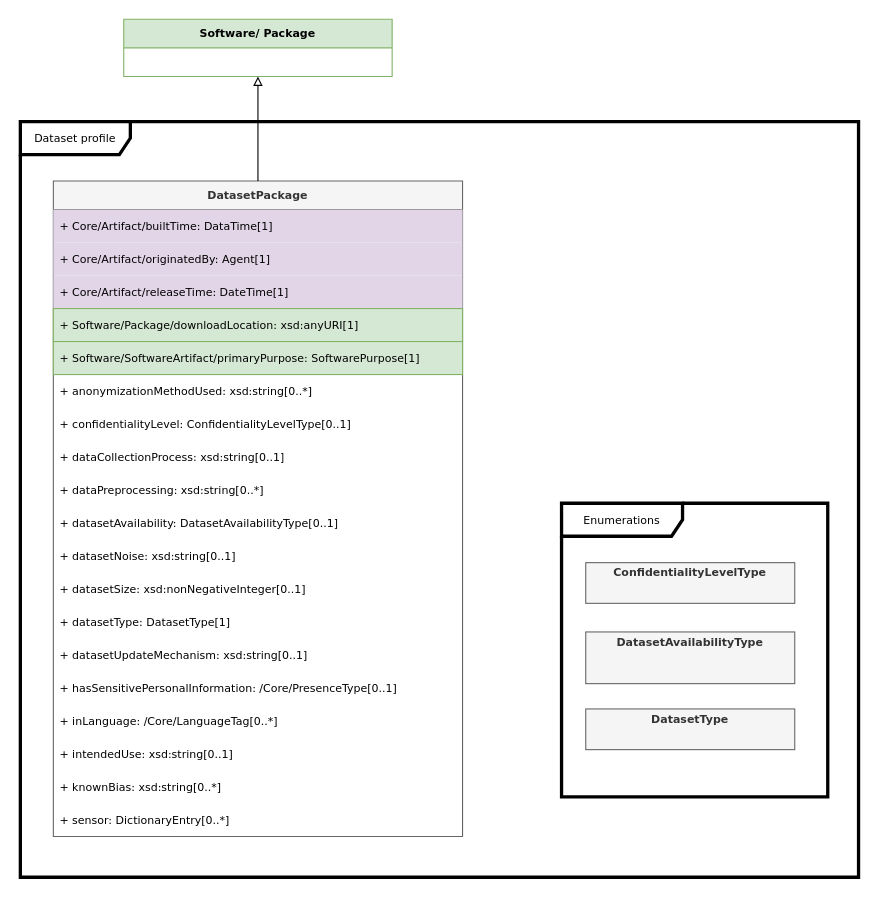
Above: page "Dataset" (6 of 12) of docs/model.drawio in spdx/spdx-3-model (draw.io), before the change. Source tidied: cells renumbered, new cells numbered last; positions are measured from the earlier drawing's top-left corner, leaving out a move shared by most shapes. Both pictures are drawn from the tidied source at 110%, with x=0, y=0 at pixel (20, 19).
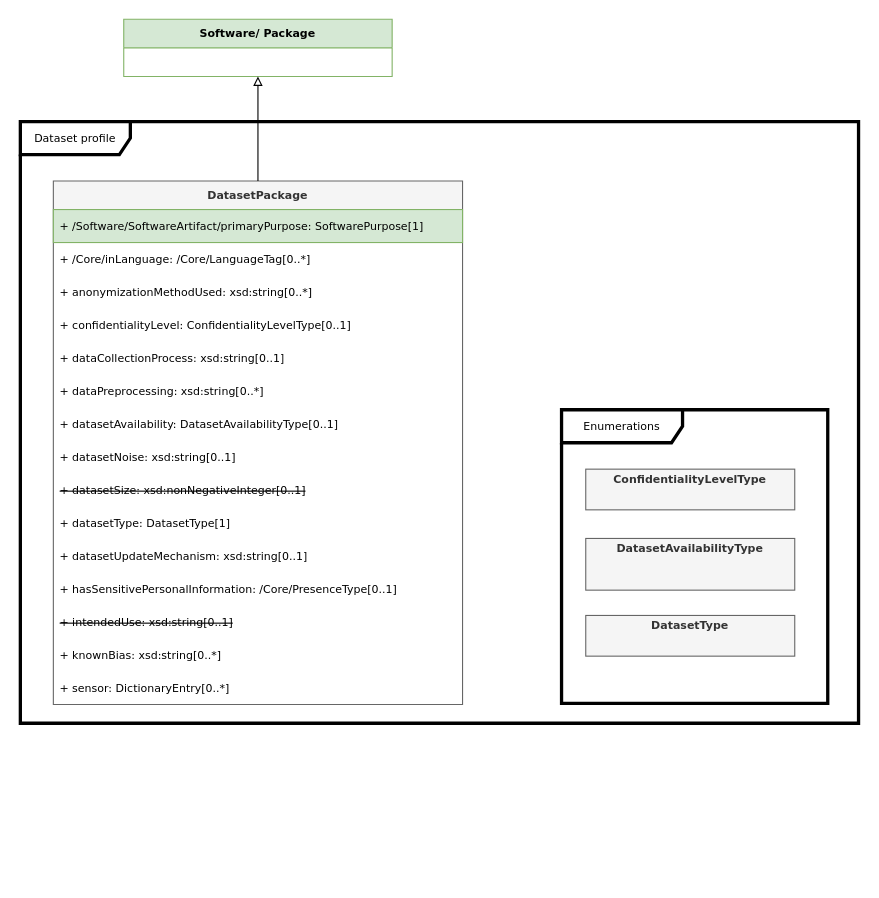
The same page after the edit.

Diff of the diagram source:
```diff
@@
     <mxCell id="3" value="Dataset profile" style="shape=umlFrame;whiteSpace=wrap;html=1;width=100;height=30;strokeWidth=3;fontFamily=Verdana;fontSize=10;" parent="1" vertex="1">
-      <mxGeometry y="93" width="762" height="687" as="geometry" />
+      <mxGeometry y="93" width="762" height="547" as="geometry" />
     </mxCell>
     <mxCell id="4" value="DatasetPackage" style="swimlane;fontStyle=1;horizontal=1;startSize=26;fillColor=#f5f5f5;strokeColor=#666666;fontColor=#333333;fontFamily=Verdana;fontSize=10;" parent="1" vertex="1">
-      <mxGeometry x="30" y="147" width="372" height="596" as="geometry" />
+      <mxGeometry x="30" y="147" width="372" height="476" as="geometry" />
     </mxCell>
-    <mxCell id="5" value="+ Core/Artifact/builtTime: DataTime[1]" style="text;strokeColor=none;fillColor=#E1D5E7;align=left;verticalAlign=middle;spacingLeft=4;spacingRight=4;overflow=hidden;whiteSpace=wrap;html=1;fontFamily=Verdana;fontSize=10;" parent="4" vertex="1">
-      <mxGeometry y="26" width="372" height="30" as="geometry" />
-    </mxCell>
-    <mxCell id="6" value="+ Core/Artifact/originatedBy: Agent[1]" style="text;strokeColor=none;fillColor=#E1D5E7;align=left;verticalAlign=middle;spacingLeft=4;spacingRight=4;overflow=hidden;whiteSpace=wrap;html=1;fontFamily=Verdana;fontSize=10;" parent="4" vertex="1">
-      <mxGeometry y="56" width="372" height="30" as="geometry" />
-    </mxCell>
-    <mxCell id="7" value="+ Core/Artifact/releaseTime: DateTime[1]" style="text;strokeColor=none;fillColor=#E1D5E7;align=left;verticalAlign=middle;spacingLeft=4;spacingRight=4;overflow=hidden;whiteSpace=wrap;html=1;fontFamily=Verdana;fontSize=10;" parent="4" vertex="1">
-      <mxGeometry y="86" width="372" height="30" as="geometry" />
-    </mxCell>
-    <mxCell id="8" value="+ Software/Package/downloadLocation: xsd:anyURI[1]" style="text;strokeColor=#82b366;fillColor=#d5e8d4;align=left;verticalAlign=middle;spacingLeft=4;spacingRight=4;overflow=hidden;whiteSpace=wrap;html=1;fontFamily=Verdana;fontSize=10;" parent="4" vertex="1">
-      <mxGeometry y="116" width="372" height="30" as="geometry" />
-    </mxCell>
-    <mxCell id="9" value="+ Software/SoftwareArtifact/primaryPurpose: SoftwarePurpose[1]" style="text;strokeColor=#82b366;fillColor=#d5e8d4;align=left;verticalAlign=middle;spacingLeft=4;spacingRight=4;overflow=hidden;whiteSpace=wrap;html=1;fontFamily=Verdana;fontSize=10;" parent="4" vertex="1">
-      <mxGeometry y="146" width="372" height="30" as="geometry" />
+    <mxCell id="9" value="+ /Software/SoftwareArtifact/primaryPurpose: SoftwarePurpose[1]" style="text;strokeColor=#82b366;fillColor=#d5e8d4;align=left;verticalAlign=middle;spacingLeft=4;spacingRight=4;overflow=hidden;whiteSpace=wrap;html=1;fontFamily=Verdana;fontSize=10;" parent="4" vertex="1">
+      <mxGeometry y="26" width="372" height="30" as="geometry" />
     </mxCell>
+    <mxCell id="20" value="+ /Core/inLanguage:&amp;nbsp;/Core/LanguageTag[0..*]" style="text;strokeColor=none;fillColor=none;align=left;verticalAlign=middle;spacingLeft=4;spacingRight=4;overflow=hidden;whiteSpace=wrap;html=1;fontFamily=Verdana;fontSize=10;" parent="4" vertex="1">
+      <mxGeometry y="56" width="372" height="30" as="geometry" />
+    </mxCell>
     <mxCell id="10" value="+ anonymizationMethodUsed: xsd:string[0..*]" style="text;strokeColor=none;fillColor=none;align=left;verticalAlign=middle;spacingLeft=4;spacingRight=4;overflow=hidden;whiteSpace=wrap;html=1;fontFamily=Verdana;fontSize=10;" parent="4" vertex="1">
-      <mxGeometry y="176" width="372" height="30" as="geometry" />
+      <mxGeometry y="86" width="372" height="30" as="geometry" />
     </mxCell>
     <mxCell id="11" value="+ confidentialityLevel: ConfidentialityLevelType[0..1]" style="text;strokeColor=none;fillColor=none;align=left;verticalAlign=middle;spacingLeft=4;spacingRight=4;overflow=hidden;whiteSpace=wrap;html=1;fontFamily=Verdana;fontSize=10;" parent="4" vertex="1">
-      <mxGeometry y="206" width="372" height="30" as="geometry" />
+      <mxGeometry y="116" width="372" height="30" as="geometry" />
     </mxCell>
     <mxCell id="12" value="+ dataCollectionProcess: xsd:string[0..1]" style="text;strokeColor=none;fillColor=none;align=left;verticalAlign=middle;spacingLeft=4;spacingRight=4;overflow=hidden;whiteSpace=wrap;html=1;fontFamily=Verdana;fontSize=10;" parent="4" vertex="1">
-      <mxGeometry y="236" width="372" height="30" as="geometry" />
+      <mxGeometry y="146" width="372" height="30" as="geometry" />
     </mxCell>
     <mxCell id="13" value="+ dataPreprocessing: xsd:string[0..*]" style="text;strokeColor=none;fillColor=none;align=left;verticalAlign=middle;spacingLeft=4;spacingRight=4;overflow=hidden;whiteSpace=wrap;html=1;fontFamily=Verdana;fontSize=10;" parent="4" vertex="1">
-      <mxGeometry y="266" width="372" height="30" as="geometry" />
+      <mxGeometry y="176" width="372" height="30" as="geometry" />
     </mxCell>
     <mxCell id="14" value="+ datasetAvailability: DatasetAvailabilityType[0..1]" style="text;strokeColor=none;fillColor=none;align=left;verticalAlign=middle;spacingLeft=4;spacingRight=4;overflow=hidden;whiteSpace=wrap;html=1;fontFamily=Verdana;fontSize=10;" parent="4" vertex="1">
-      <mxGeometry y="296" width="372" height="30" as="geometry" />
+      <mxGeometry y="206" width="372" height="30" as="geometry" />
     </mxCell>
     <mxCell id="15" value="+ datasetNoise: xsd:string[0..1]" style="text;strokeColor=none;fillColor=none;align=left;verticalAlign=middle;spacingLeft=4;spacingRight=4;overflow=hidden;whiteSpace=wrap;html=1;fontFamily=Verdana;fontSize=10;" parent="4" vertex="1">
-      <mxGeometry y="326" width="372" height="30" as="geometry" />
+      <mxGeometry y="236" width="372" height="30" as="geometry" />
     </mxCell>
-    <mxCell id="16" value="+ datasetSize: xsd:nonNegativeInteger[0..1]" style="text;strokeColor=none;fillColor=none;align=left;verticalAlign=middle;spacingLeft=4;spacingRight=4;overflow=hidden;whiteSpace=wrap;html=1;fontFamily=Verdana;fontSize=10;" parent="4" vertex="1">
-      <mxGeometry y="356" width="372" height="30" as="geometry" />
+    <mxCell id="16" value="&lt;strike&gt;+ datasetSize: xsd:nonNegativeInteger[0..1]&lt;/strike&gt;" style="text;strokeColor=none;fillColor=none;align=left;verticalAlign=middle;spacingLeft=4;spacingRight=4;overflow=hidden;whiteSpace=wrap;html=1;fontFamily=Verdana;fontSize=10;" parent="4" vertex="1">
+      <mxGeometry y="266" width="372" height="30" as="geometry" />
     </mxCell>
     <mxCell id="17" value="+ datasetType: DatasetType[1]" style="text;strokeColor=none;fillColor=none;align=left;verticalAlign=middle;spacingLeft=4;spacingRight=4;overflow=hidden;whiteSpace=wrap;html=1;fontFamily=Verdana;fontSize=10;" parent="4" vertex="1">
-      <mxGeometry y="386" width="372" height="30" as="geometry" />
+      <mxGeometry y="296" width="372" height="30" as="geometry" />
     </mxCell>
     <mxCell id="18" value="+ datasetUpdateMechanism: xsd:string[0..1]" style="text;strokeColor=none;fillColor=none;align=left;verticalAlign=middle;spacingLeft=4;spacingRight=4;overflow=hidden;whiteSpace=wrap;html=1;fontFamily=Verdana;fontSize=10;" parent="4" vertex="1">
-      <mxGeometry y="416" width="372" height="30" as="geometry" />
+      <mxGeometry y="326" width="372" height="30" as="geometry" />
     </mxCell>
     <mxCell id="19" value="+ hasSensitivePersonalInformation: /Core/PresenceType[0..1]" style="text;strokeColor=none;fillColor=none;align=left;verticalAlign=middle;spacingLeft=4;spacingRight=4;overflow=hidden;whiteSpace=wrap;html=1;fontFamily=Verdana;fontSize=10;" parent="4" vertex="1">
-      <mxGeometry y="446" width="372" height="30" as="geometry" />
+      <mxGeometry y="356" width="372" height="30" as="geometry" />
     </mxCell>
-    <mxCell id="20" value="+ inLanguage:&amp;nbsp;/Core/LanguageTag[0..*]" style="text;strokeColor=none;fillColor=none;align=left;verticalAlign=middle;spacingLeft=4;spacingRight=4;overflow=hidden;whiteSpace=wrap;html=1;fontFamily=Verdana;fontSize=10;" parent="4" vertex="1">
-      <mxGeometry y="476" width="372" height="30" as="geometry" />
-    </mxCell>
-    <mxCell id="21" value="+ intendedUse: xsd:string[0..1]" style="text;strokeColor=none;fillColor=none;align=left;verticalAlign=middle;spacingLeft=4;spacingRight=4;overflow=hidden;whiteSpace=wrap;html=1;fontFamily=Verdana;fontSize=10;" parent="4" vertex="1">
-      <mxGeometry y="506" width="372" height="30" as="geometry" />
+    <mxCell id="21" value="&lt;strike&gt;+ intendedUse: xsd:string[0..1]&lt;/strike&gt;" style="text;strokeColor=none;fillColor=none;align=left;verticalAlign=middle;spacingLeft=4;spacingRight=4;overflow=hidden;whiteSpace=wrap;html=1;fontFamily=Verdana;fontSize=10;" parent="4" vertex="1">
+      <mxGeometry y="386" width="372" height="30" as="geometry" />
     </mxCell>
     <mxCell id="22" value="+ knownBias: xsd:string[0..*]" style="text;strokeColor=none;fillColor=none;align=left;verticalAlign=middle;spacingLeft=4;spacingRight=4;overflow=hidden;whiteSpace=wrap;html=1;fontFamily=Verdana;fontSize=10;" parent="4" vertex="1">
-      <mxGeometry y="536" width="372" height="30" as="geometry" />
+      <mxGeometry y="416" width="372" height="30" as="geometry" />
     </mxCell>
     <mxCell id="23" value="+ sensor: DictionaryEntry[0..*]" style="text;strokeColor=none;fillColor=none;align=left;verticalAlign=middle;spacingLeft=4;spacingRight=4;overflow=hidden;whiteSpace=wrap;html=1;fontFamily=Verdana;fontSize=10;" parent="4" vertex="1">
-      <mxGeometry y="566" width="372" height="30" as="geometry" />
+      <mxGeometry y="446" width="372" height="30" as="geometry" />
     </mxCell>
@@
+    <mxCell id="29" style="group;" parent="1" vertex="1">
+      <mxGeometry x="492" y="355" width="242" height="267" as="geometry" />
+    </mxCell>
-    <mxCell id="25" value="Enumerations" style="shape=umlFrame;whiteSpace=wrap;html=1;width=110;height=30;strokeWidth=3;fontFamily=Verdana;fontSize=10;fontStyle=0;" parent="1" vertex="1">
-      <mxGeometry x="492" y="440" width="242" height="267" as="geometry" />
+    <mxCell id="25" value="Enumerations" style="shape=umlFrame;whiteSpace=wrap;html=1;width=110;height=30;strokeWidth=3;fontFamily=Verdana;fontSize=10;fontStyle=0;" parent="29" vertex="1">
+      <mxGeometry width="242" height="267" as="geometry" />
     </mxCell>
-    <mxCell id="26" value="&lt;p style=&quot;margin: 4px 0px 0px; text-align: center;&quot;&gt;&lt;b&gt;ConfidentialityLevelType&lt;/b&gt;&lt;/p&gt;" style="verticalAlign=top;align=left;overflow=fill;fontSize=10;fontFamily=Verdana;html=1;fillColor=#f5f5f5;strokeColor=#666666;fontColor=#333333;fontStyle=0;" parent="1" vertex="1">
-      <mxGeometry x="514" y="494" width="190" height="37" as="geometry" />
+    <mxCell id="26" value="&lt;p style=&quot;margin: 4px 0px 0px; text-align: center;&quot;&gt;&lt;b&gt;ConfidentialityLevelType&lt;/b&gt;&lt;/p&gt;" style="verticalAlign=top;align=left;overflow=fill;fontSize=10;fontFamily=Verdana;html=1;fillColor=#f5f5f5;strokeColor=#666666;fontColor=#333333;fontStyle=0;" parent="29" vertex="1">
+      <mxGeometry x="22" y="54" width="190" height="37" as="geometry" />
     </mxCell>
-    <mxCell id="27" value="&lt;p style=&quot;margin: 4px 0px 0px; text-align: center;&quot;&gt;&lt;b&gt;DatasetAvailabilityType&lt;/b&gt;&lt;/p&gt;&lt;p style=&quot;margin: 0px ; margin-left: 8px&quot;&gt;&lt;br&gt;&lt;/p&gt;&lt;div&gt;&lt;font&gt;&lt;/font&gt;&lt;/div&gt;" style="verticalAlign=top;align=left;overflow=fill;fontSize=10;fontFamily=Verdana;html=1;fillColor=#f5f5f5;strokeColor=#666666;fontColor=#333333;fontStyle=0;" parent="1" vertex="1">
-      <mxGeometry x="514" y="557" width="190" height="47" as="geometry" />
+    <mxCell id="27" value="&lt;p style=&quot;margin: 4px 0px 0px; text-align: center;&quot;&gt;&lt;b&gt;DatasetAvailabilityType&lt;/b&gt;&lt;/p&gt;&lt;p style=&quot;margin: 0px ; margin-left: 8px&quot;&gt;&lt;br&gt;&lt;/p&gt;&lt;div&gt;&lt;font&gt;&lt;/font&gt;&lt;/div&gt;" style="verticalAlign=top;align=left;overflow=fill;fontSize=10;fontFamily=Verdana;html=1;fillColor=#f5f5f5;strokeColor=#666666;fontColor=#333333;fontStyle=0;" parent="29" vertex="1">
+      <mxGeometry x="22" y="117" width="190" height="47" as="geometry" />
     </mxCell>
-    <mxCell id="28" value="&lt;p style=&quot;margin: 4px 0px 0px; text-align: center;&quot;&gt;&lt;b&gt;DatasetType&lt;/b&gt;&lt;/p&gt;" style="verticalAlign=top;align=left;overflow=fill;fontSize=10;fontFamily=Verdana;html=1;fillColor=#f5f5f5;strokeColor=#666666;fontColor=#333333;fontStyle=0;" parent="1" vertex="1">
-      <mxGeometry x="514" y="627" width="190" height="37" as="geometry" />
+    <mxCell id="28" value="&lt;p style=&quot;margin: 4px 0px 0px; text-align: center;&quot;&gt;&lt;b&gt;DatasetType&lt;/b&gt;&lt;/p&gt;" style="verticalAlign=top;align=left;overflow=fill;fontSize=10;fontFamily=Verdana;html=1;fillColor=#f5f5f5;strokeColor=#666666;fontColor=#333333;fontStyle=0;" parent="29" vertex="1">
+      <mxGeometry x="22" y="187" width="190" height="37" as="geometry" />
     </mxCell>
```
